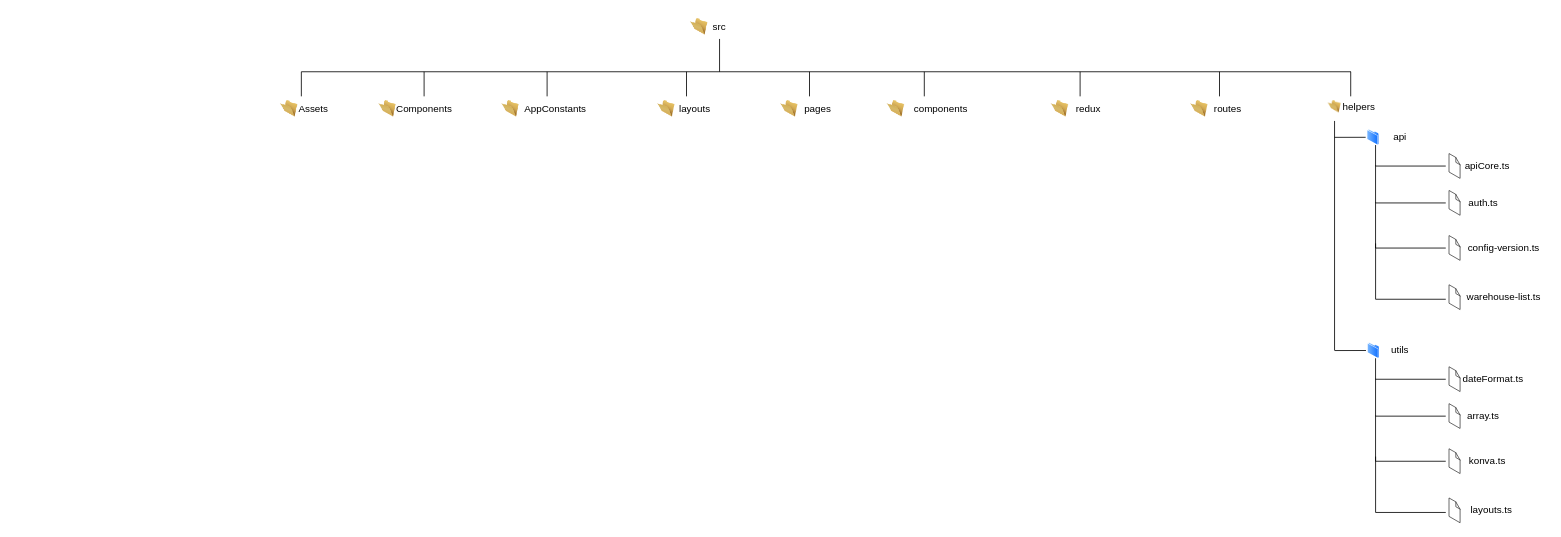
Earlier version of the draw.io diagram Untitled Diagram.drawio (nashtech-thuyvuquang/diagram-code-structure). Source tidied: cells renumbered, new cells numbered last; positions are measured from the earlier drawing's top-left corner, leaving out a move shared by most shapes. Both pictures are drawn from the tidied source at 82%, with x=0, y=0 at pixel (276, 14).
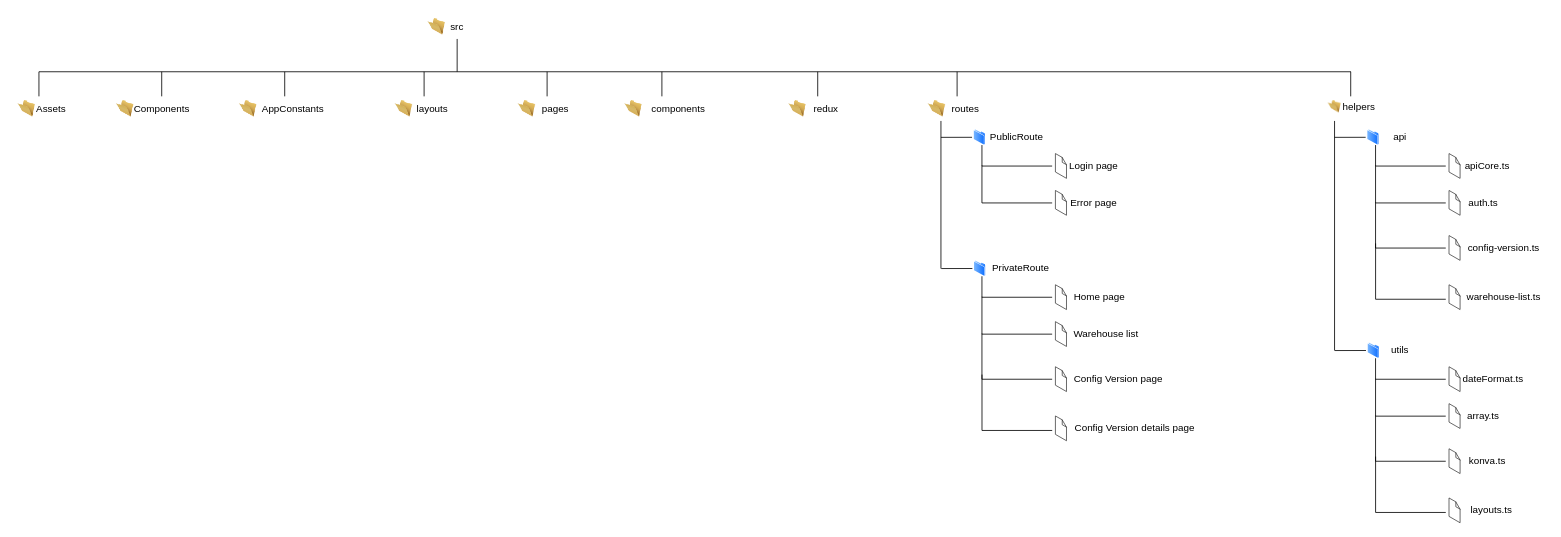
Above is the later version.

Commit message:
route folder

What changed in the source:
```diff
@@
     <mxCell id="2" value="src" style="text;html=1;strokeColor=none;fillColor=none;align=center;verticalAlign=middle;whiteSpace=wrap;rounded=0;" parent="1" vertex="1">
-      <mxGeometry x="510" width="60" height="30" as="geometry" />
+      <mxGeometry x="190" width="60" height="30" as="geometry" />
     </mxCell>
     <mxCell id="3" style="endArrow=none;html=1;rounded=0;entryX=0.5;entryY=1;entryDx=0;entryDy=0;" parent="1" edge="1" target="2">
       <mxGeometry relative="1" as="geometry">
-        <mxPoint x="540" y="70" as="sourcePoint" />
+        <mxPoint x="220" y="70" as="sourcePoint" />
       </mxGeometry>
     </mxCell>
     <mxCell id="4" style="endArrow=none;html=1;rounded=0;" parent="1" edge="1">
       <mxGeometry relative="1" as="geometry">
-        <mxPoint x="30" y="70" as="sourcePoint" />
+        <mxPoint x="-290" y="70" as="sourcePoint" />
         <mxPoint x="1310" y="70" as="targetPoint" />
       </mxGeometry>
     </mxCell>
     <mxCell id="5" style="endArrow=none;html=1;rounded=0;exitX=0.5;exitY=0;exitDx=0;exitDy=0;exitPerimeter=0;" parent="1" edge="1">
       <mxGeometry relative="1" as="geometry">
-        <mxPoint x="30" y="100" as="sourcePoint" />
-        <mxPoint x="30" y="70" as="targetPoint" />
+        <mxPoint x="-290" y="100" as="sourcePoint" />
+        <mxPoint x="-290" y="70" as="targetPoint" />
       </mxGeometry>
     </mxCell>
     <mxCell id="6" style="image;html=1;image=img/lib/clip_art/general/Empty_Folder_128x128.png;" parent="1" vertex="1">
-      <mxGeometry y="105" width="30" height="20" as="geometry" />
+      <mxGeometry x="-320" y="105" width="30" height="20" as="geometry" />
     </mxCell>
     <mxCell id="7" value="Assets" style="text;html=1;strokeColor=none;fillColor=none;align=center;verticalAlign=middle;whiteSpace=wrap;rounded=0;" parent="1" vertex="1">
-      <mxGeometry x="20" y="100" width="50" height="30" as="geometry" />
+      <mxGeometry x="-300" y="100" width="50" height="30" as="geometry" />
     </mxCell>
     <mxCell id="8" style="endArrow=none;html=1;rounded=0;exitX=0.5;exitY=0;exitDx=0;exitDy=0;exitPerimeter=0;" parent="1" edge="1">
       <mxGeometry relative="1" as="geometry">
-        <mxPoint x="179.7" y="100" as="sourcePoint" />
-        <mxPoint x="179.7" y="70" as="targetPoint" />
+        <mxPoint x="-140.3" y="100" as="sourcePoint" />
+        <mxPoint x="-140.3" y="70" as="targetPoint" />
       </mxGeometry>
     </mxCell>
     <mxCell id="9" style="image;html=1;image=img/lib/clip_art/general/Empty_Folder_128x128.png;" parent="1" vertex="1">
-      <mxGeometry x="120" y="105" width="30" height="20" as="geometry" />
+      <mxGeometry x="-200" y="105" width="30" height="20" as="geometry" />
     </mxCell>
     <mxCell id="10" value="Components" style="text;html=1;strokeColor=none;fillColor=none;align=center;verticalAlign=middle;whiteSpace=wrap;rounded=0;" parent="1" vertex="1">
-      <mxGeometry x="140" y="100" width="80" height="30" as="geometry" />
+      <mxGeometry x="-180" y="100" width="80" height="30" as="geometry" />
     </mxCell>
     <mxCell id="11" style="endArrow=none;html=1;rounded=0;exitX=0.5;exitY=0;exitDx=0;exitDy=0;exitPerimeter=0;" parent="1" edge="1">
       <mxGeometry relative="1" as="geometry">
-        <mxPoint x="329.7" y="100" as="sourcePoint" />
-        <mxPoint x="329.7" y="70" as="targetPoint" />
+        <mxPoint x="9.7" y="100" as="sourcePoint" />
+        <mxPoint x="9.7" y="70" as="targetPoint" />
       </mxGeometry>
     </mxCell>
     <mxCell id="12" style="image;html=1;image=img/lib/clip_art/general/Empty_Folder_128x128.png;" parent="1" vertex="1">
-      <mxGeometry x="270" y="105" width="30" height="20" as="geometry" />
+      <mxGeometry x="-50" y="105" width="30" height="20" as="geometry" />
     </mxCell>
     <mxCell id="13" value="AppConstants" style="text;html=1;strokeColor=none;fillColor=none;align=center;verticalAlign=middle;whiteSpace=wrap;rounded=0;" parent="1" vertex="1">
-      <mxGeometry x="300" y="100" width="80" height="30" as="geometry" />
+      <mxGeometry x="-20" y="100" width="80" height="30" as="geometry" />
     </mxCell>
     <mxCell id="14" style="endArrow=none;html=1;rounded=0;exitX=0.5;exitY=0;exitDx=0;exitDy=0;exitPerimeter=0;" parent="1" edge="1">
       <mxGeometry relative="1" as="geometry">
-        <mxPoint x="499.7" y="100" as="sourcePoint" />
-        <mxPoint x="499.7" y="70" as="targetPoint" />
+        <mxPoint x="179.7" y="100" as="sourcePoint" />
+        <mxPoint x="179.7" y="70" as="targetPoint" />
       </mxGeometry>
     </mxCell>
     <mxCell id="15" style="image;html=1;image=img/lib/clip_art/general/Empty_Folder_128x128.png;" parent="1" vertex="1">
-      <mxGeometry x="460" y="105" width="30" height="20" as="geometry" />
+      <mxGeometry x="140" y="105" width="30" height="20" as="geometry" />
     </mxCell>
     <mxCell id="16" value="layouts" style="text;html=1;strokeColor=none;fillColor=none;align=center;verticalAlign=middle;whiteSpace=wrap;rounded=0;" parent="1" vertex="1">
-      <mxGeometry x="470" y="100" width="80" height="30" as="geometry" />
+      <mxGeometry x="150" y="100" width="80" height="30" as="geometry" />
     </mxCell>
     <mxCell id="17" style="endArrow=none;html=1;rounded=0;exitX=0.5;exitY=0;exitDx=0;exitDy=0;exitPerimeter=0;" parent="1" edge="1">
       <mxGeometry relative="1" as="geometry">
-        <mxPoint x="649.7" y="100" as="sourcePoint" />
-        <mxPoint x="649.7" y="70" as="targetPoint" />
+        <mxPoint x="329.7" y="100" as="sourcePoint" />
+        <mxPoint x="329.7" y="70" as="targetPoint" />
       </mxGeometry>
     </mxCell>
     <mxCell id="18" style="image;html=1;image=img/lib/clip_art/general/Empty_Folder_128x128.png;" parent="1" vertex="1">
-      <mxGeometry x="610" y="105" width="30" height="20" as="geometry" />
+      <mxGeometry x="290" y="105" width="30" height="20" as="geometry" />
     </mxCell>
     <mxCell id="19" value="pages" style="text;html=1;strokeColor=none;fillColor=none;align=center;verticalAlign=middle;whiteSpace=wrap;rounded=0;" parent="1" vertex="1">
-      <mxGeometry x="620" y="100" width="80" height="30" as="geometry" />
+      <mxGeometry x="300" y="100" width="80" height="30" as="geometry" />
     </mxCell>
     <mxCell id="20" style="endArrow=none;html=1;rounded=0;exitX=0.5;exitY=0;exitDx=0;exitDy=0;exitPerimeter=0;" parent="1" edge="1">
       <mxGeometry relative="1" as="geometry">
-        <mxPoint x="789.7" y="100" as="sourcePoint" />
-        <mxPoint x="789.7" y="70" as="targetPoint" />
+        <mxPoint x="469.7" y="100" as="sourcePoint" />
+        <mxPoint x="469.7" y="70" as="targetPoint" />
       </mxGeometry>
     </mxCell>
     <mxCell id="21" style="image;html=1;image=img/lib/clip_art/general/Empty_Folder_128x128.png;" parent="1" vertex="1">
-      <mxGeometry x="740" y="105" width="30" height="20" as="geometry" />
+      <mxGeometry x="420" y="105" width="30" height="20" as="geometry" />
     </mxCell>
     <mxCell id="22" value="components" style="text;html=1;strokeColor=none;fillColor=none;align=center;verticalAlign=middle;whiteSpace=wrap;rounded=0;" parent="1" vertex="1">
-      <mxGeometry x="770" y="100" width="80" height="30" as="geometry" />
+      <mxGeometry x="450" y="100" width="80" height="30" as="geometry" />
     </mxCell>
     <mxCell id="23" style="endArrow=none;html=1;rounded=0;exitX=0.5;exitY=0;exitDx=0;exitDy=0;exitPerimeter=0;" parent="1" edge="1">
       <mxGeometry relative="1" as="geometry">
-        <mxPoint x="979.7" y="100" as="sourcePoint" />
-        <mxPoint x="979.7" y="70" as="targetPoint" />
+        <mxPoint x="659.7" y="100" as="sourcePoint" />
+        <mxPoint x="659.7" y="70" as="targetPoint" />
       </mxGeometry>
     </mxCell>
     <mxCell id="24" style="image;html=1;image=img/lib/clip_art/general/Empty_Folder_128x128.png;" parent="1" vertex="1">
-      <mxGeometry x="940" y="105" width="30" height="20" as="geometry" />
+      <mxGeometry x="620" y="105" width="30" height="20" as="geometry" />
     </mxCell>
     <mxCell id="25" value="redux" style="text;html=1;strokeColor=none;fillColor=none;align=center;verticalAlign=middle;whiteSpace=wrap;rounded=0;" parent="1" vertex="1">
-      <mxGeometry x="950" y="100" width="80" height="30" as="geometry" />
+      <mxGeometry x="630" y="100" width="80" height="30" as="geometry" />
     </mxCell>
     <mxCell id="26" style="endArrow=none;html=1;rounded=0;exitX=0.5;exitY=0;exitDx=0;exitDy=0;exitPerimeter=0;" parent="1" edge="1">
       <mxGeometry relative="1" as="geometry">
-        <mxPoint x="1149.7" y="100" as="sourcePoint" />
-        <mxPoint x="1149.7" y="70" as="targetPoint" />
+        <mxPoint x="829.7" y="100" as="sourcePoint" />
+        <mxPoint x="829.7" y="70" as="targetPoint" />
       </mxGeometry>
     </mxCell>
     <mxCell id="27" style="image;html=1;image=img/lib/clip_art/general/Empty_Folder_128x128.png;" parent="1" vertex="1">
-      <mxGeometry x="1110" y="105" width="30" height="20" as="geometry" />
+      <mxGeometry x="790" y="105" width="30" height="20" as="geometry" />
     </mxCell>
     <mxCell id="28" value="routes" style="text;html=1;strokeColor=none;fillColor=none;align=center;verticalAlign=middle;whiteSpace=wrap;rounded=0;" parent="1" vertex="1">
-      <mxGeometry x="1120" y="100" width="80" height="30" as="geometry" />
+      <mxGeometry x="800" y="100" width="80" height="30" as="geometry" />
     </mxCell>
@@
     <mxCell id="51" style="image;html=1;image=img/lib/clip_art/general/Empty_Folder_128x128.png;" parent="1" vertex="1">
-      <mxGeometry x="500" y="5" width="30" height="20" as="geometry" />
+      <mxGeometry x="180" y="5" width="30" height="20" as="geometry" />
     </mxCell>
@@
+    <mxCell id="64" style="endArrow=none;html=1;rounded=0;" parent="1" edge="1">
+      <mxGeometry relative="1" as="geometry">
+        <mxPoint x="810" y="310" as="sourcePoint" />
+        <mxPoint x="810" y="130" as="targetPoint" />
+      </mxGeometry>
+    </mxCell>
+    <mxCell id="65" style="endArrow=none;html=1;rounded=0;exitX=-0.141;exitY=0.497;exitDx=0;exitDy=0;exitPerimeter=0;" parent="1" edge="1" source="66">
+      <mxGeometry relative="1" as="geometry">
+        <mxPoint x="810" y="150" as="targetPoint" />
+      </mxGeometry>
+    </mxCell>
+    <mxCell id="66" style="perimeter=ellipsePerimeter;html=1;align=center;shadow=0;dashed=0;spacingTop=3;image;image=img/lib/active_directory/folder.svg;" parent="1" vertex="1">
+      <mxGeometry x="850" y="140" width="14.6" height="20" as="geometry" />
+    </mxCell>
+    <mxCell id="67" value="PublicRoute" style="text;html=1;strokeColor=none;fillColor=none;align=center;verticalAlign=middle;whiteSpace=wrap;rounded=0;" parent="1" vertex="1">
+      <mxGeometry x="864.6" y="140" width="75.4" height="20" as="geometry" />
+    </mxCell>
+    <mxCell id="68" style="endArrow=none;html=1;rounded=0;exitX=-0.141;exitY=0.497;exitDx=0;exitDy=0;exitPerimeter=0;" parent="1" edge="1" source="69">
+      <mxGeometry relative="1" as="geometry">
+        <mxPoint x="810.4" y="310" as="targetPoint" />
+      </mxGeometry>
+    </mxCell>
+    <mxCell id="69" style="perimeter=ellipsePerimeter;html=1;align=center;shadow=0;dashed=0;spacingTop=3;image;image=img/lib/active_directory/folder.svg;" parent="1" vertex="1">
+      <mxGeometry x="850.4" y="300" width="14.6" height="20" as="geometry" />
+    </mxCell>
+    <mxCell id="70" value="PrivateRoute" style="text;html=1;strokeColor=none;fillColor=none;align=center;verticalAlign=middle;whiteSpace=wrap;rounded=0;" parent="1" vertex="1">
+      <mxGeometry x="865" y="300" width="85" height="20" as="geometry" />
+    </mxCell>
+    <mxCell id="71" style="shape=partialRectangle;whiteSpace=wrap;html=1;top=0;left=0;fillColor=none;rotation=90;" parent="1" vertex="1">
+      <mxGeometry x="890" y="130" width="25" height="85" as="geometry" />
+    </mxCell>
+    <mxCell id="72" style="verticalLabelPosition=bottom;html=1;verticalAlign=top;strokeWidth=1;align=center;dashed=0;shape=mxgraph.aws3d.file;strokeColor=#292929;" parent="1" vertex="1">
+      <mxGeometry x="950" y="170" width="13.1" height="30" as="geometry" />
+    </mxCell>
+    <mxCell id="73" value="Login page" style="text;html=1;strokeColor=none;fillColor=none;align=center;verticalAlign=middle;whiteSpace=wrap;rounded=0;" parent="1" vertex="1">
+      <mxGeometry x="963.1" y="175" width="66.9" height="20" as="geometry" />
+    </mxCell>
+    <mxCell id="74" style="shape=partialRectangle;whiteSpace=wrap;html=1;top=0;left=0;fillColor=none;rotation=90;" parent="1" vertex="1">
+      <mxGeometry x="880" y="165" width="45" height="85" as="geometry" />
+    </mxCell>
+    <mxCell id="75" style="verticalLabelPosition=bottom;html=1;verticalAlign=top;strokeWidth=1;align=center;dashed=0;shape=mxgraph.aws3d.file;strokeColor=#292929;" parent="1" vertex="1">
+      <mxGeometry x="950" y="215" width="13.1" height="30" as="geometry" />
+    </mxCell>
+    <mxCell id="76" value="Error page" style="text;html=1;strokeColor=none;fillColor=none;align=center;verticalAlign=middle;whiteSpace=wrap;rounded=0;" parent="1" vertex="1">
+      <mxGeometry x="963.1" y="220" width="66.9" height="20" as="geometry" />
+    </mxCell>
+    <mxCell id="77" style="shape=partialRectangle;whiteSpace=wrap;html=1;top=0;left=0;fillColor=none;rotation=90;" parent="1" vertex="1">
+      <mxGeometry x="890" y="290" width="25" height="85" as="geometry" />
+    </mxCell>
+    <mxCell id="78" style="verticalLabelPosition=bottom;html=1;verticalAlign=top;strokeWidth=1;align=center;dashed=0;shape=mxgraph.aws3d.file;strokeColor=#292929;" parent="1" vertex="1">
+      <mxGeometry x="950" y="330" width="13.1" height="30" as="geometry" />
+    </mxCell>
+    <mxCell id="79" value="Home page" style="text;html=1;strokeColor=none;fillColor=none;align=center;verticalAlign=middle;whiteSpace=wrap;rounded=0;" parent="1" vertex="1">
+      <mxGeometry x="970" y="335" width="66.9" height="20" as="geometry" />
+    </mxCell>
+    <mxCell id="80" style="shape=partialRectangle;whiteSpace=wrap;html=1;top=0;left=0;fillColor=none;rotation=90;" parent="1" vertex="1">
+      <mxGeometry x="880" y="325" width="45" height="85" as="geometry" />
+    </mxCell>
+    <mxCell id="81" style="verticalLabelPosition=bottom;html=1;verticalAlign=top;strokeWidth=1;align=center;dashed=0;shape=mxgraph.aws3d.file;strokeColor=#292929;" parent="1" vertex="1">
+      <mxGeometry x="950" y="375" width="13.1" height="30" as="geometry" />
+    </mxCell>
+    <mxCell id="82" value="Warehouse list" style="text;html=1;strokeColor=none;fillColor=none;align=center;verticalAlign=middle;whiteSpace=wrap;rounded=0;" parent="1" vertex="1">
+      <mxGeometry x="963.1" y="380" width="96.9" height="20" as="geometry" />
+    </mxCell>
+    <mxCell id="83" style="shape=partialRectangle;whiteSpace=wrap;html=1;top=0;left=0;fillColor=none;rotation=90;" parent="1" vertex="1">
+      <mxGeometry x="875" y="375" width="55" height="85" as="geometry" />
+    </mxCell>
+    <mxCell id="84" style="verticalLabelPosition=bottom;html=1;verticalAlign=top;strokeWidth=1;align=center;dashed=0;shape=mxgraph.aws3d.file;strokeColor=#292929;" parent="1" vertex="1">
+      <mxGeometry x="950" y="430" width="13.1" height="30" as="geometry" />
+    </mxCell>
+    <mxCell id="85" value="Config Version page" style="text;html=1;strokeColor=none;fillColor=none;align=center;verticalAlign=middle;whiteSpace=wrap;rounded=0;" parent="1" vertex="1">
+      <mxGeometry x="963.1" y="435" width="126.9" height="20" as="geometry" />
+    </mxCell>
+    <mxCell id="86" style="shape=partialRectangle;whiteSpace=wrap;html=1;top=0;left=0;fillColor=none;rotation=90;" parent="1" vertex="1">
+      <mxGeometry x="868.8" y="431.2" width="67.5" height="85" as="geometry" />
+    </mxCell>
+    <mxCell id="87" style="verticalLabelPosition=bottom;html=1;verticalAlign=top;strokeWidth=1;align=center;dashed=0;shape=mxgraph.aws3d.file;strokeColor=#292929;" parent="1" vertex="1">
+      <mxGeometry x="950" y="490" width="13.1" height="30" as="geometry" />
+    </mxCell>
+    <mxCell id="88" value="Config Version details page" style="text;html=1;strokeColor=none;fillColor=none;align=center;verticalAlign=middle;whiteSpace=wrap;rounded=0;" parent="1" vertex="1">
+      <mxGeometry x="963.1" y="495" width="166.9" height="20" as="geometry" />
+    </mxCell>
```
